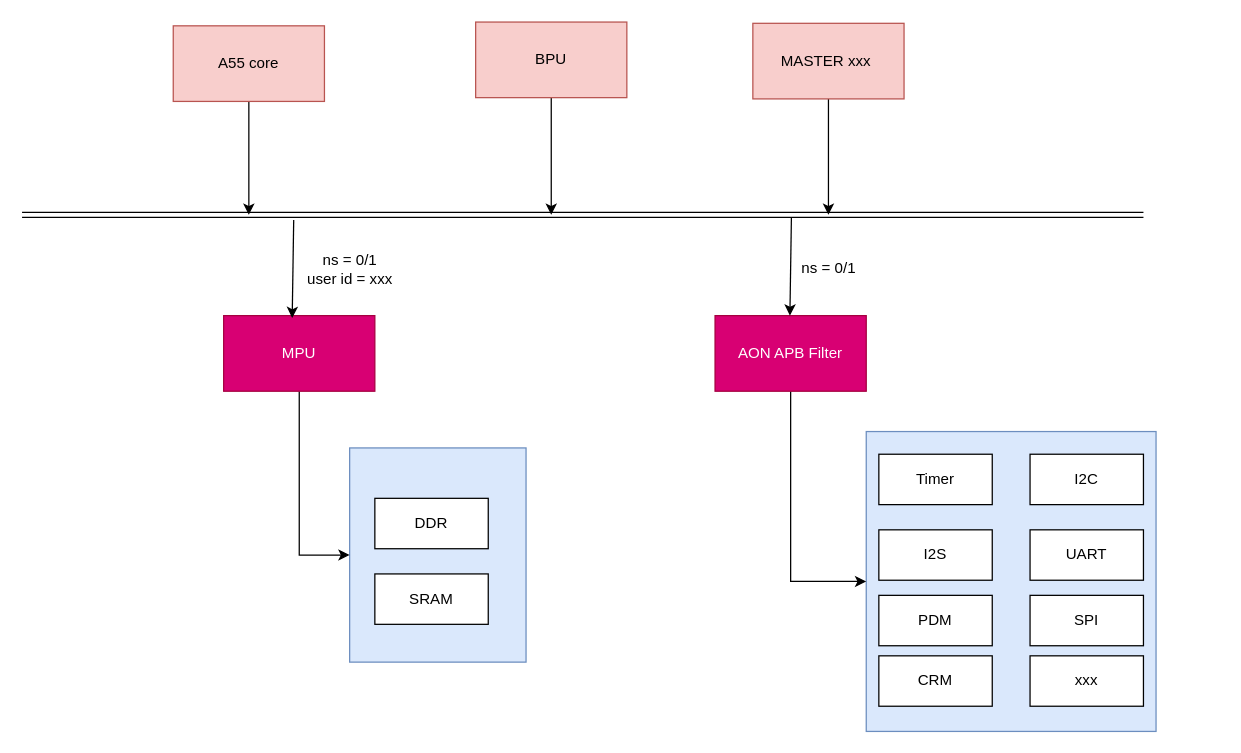
Earlier version of the draw.io diagram page "trustzone" (2 of 3) of x5.drawio (thomas-coding/drawio). Source tidied: cells renumbered, new cells numbered last; positions are measured from the earlier drawing's top-left corner, leaving out a move shared by most shapes. Both pictures are drawn from the tidied source at 126%, with x=0, y=0 at pixel (21, 21).
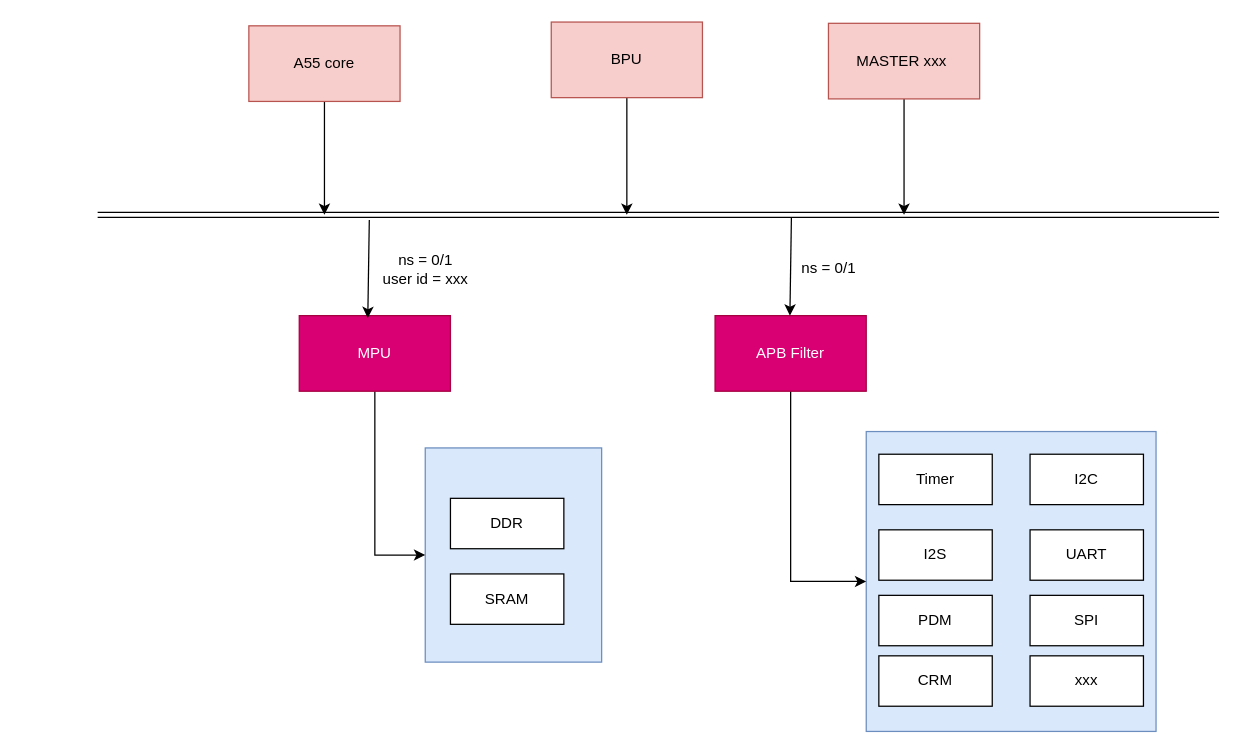
The same page after the edit.

What changed in the source:
```diff
@@
     <mxCell id="3" style="rounded=0;whiteSpace=wrap;html=1;fillColor=#dae8fc;strokeColor=#6c8ebf;" parent="1" vertex="1">
-      <mxGeometry x="260" y="338" width="140" height="170" as="geometry" />
+      <mxGeometry x="320" y="338" width="140" height="170" as="geometry" />
     </mxCell>
     <mxCell id="4" style="edgeStyle=orthogonalEdgeStyle;rounded=0;jettySize=auto;html=1;" parent="1" edge="1" source="5">
       <mxGeometry relative="1" as="geometry">
-        <mxPoint x="180" y="153" as="targetPoint" />
+        <mxPoint x="240" y="153" as="targetPoint" />
       </mxGeometry>
     </mxCell>
     <mxCell id="5" value="A55 core" style="rounded=0;whiteSpace=wrap;html=1;fillColor=#f8cecc;strokeColor=#b85450;" parent="1" vertex="1">
-      <mxGeometry x="120" y="3" width="120" height="60" as="geometry" />
+      <mxGeometry x="180" y="3" width="120" height="60" as="geometry" />
     </mxCell>
     <mxCell id="6" style="edgeStyle=orthogonalEdgeStyle;rounded=0;jettySize=auto;html=1;" parent="1" edge="1" source="7">
       <mxGeometry relative="1" as="geometry">
-        <mxPoint x="420" y="153" as="targetPoint" />
+        <mxPoint x="480" y="153" as="targetPoint" />
       </mxGeometry>
     </mxCell>
     <mxCell id="7" value="BPU" style="rounded=0;whiteSpace=wrap;html=1;fillColor=#f8cecc;strokeColor=#b85450;" parent="1" vertex="1">
-      <mxGeometry x="360" width="120" height="60" as="geometry" />
+      <mxGeometry x="420" width="120" height="60" as="geometry" />
     </mxCell>
     <mxCell id="8" style="edgeStyle=orthogonalEdgeStyle;rounded=0;jettySize=auto;html=1;" parent="1" edge="1" source="9">
       <mxGeometry relative="1" as="geometry">
-        <mxPoint x="640" y="153" as="targetPoint" />
+        <mxPoint x="700" y="153" as="targetPoint" />
       </mxGeometry>
     </mxCell>
     <mxCell id="9" value="MASTER xxx&amp;nbsp;" style="rounded=0;whiteSpace=wrap;html=1;fillColor=#f8cecc;strokeColor=#b85450;" parent="1" vertex="1">
-      <mxGeometry x="580" y="1" width="120" height="60" as="geometry" />
+      <mxGeometry x="640" y="1" width="120" height="60" as="geometry" />
     </mxCell>
@@
     <mxCell id="11" value="MPU" style="rounded=0;whiteSpace=wrap;html=1;fillColor=#d80073;fontColor=#ffffff;strokeColor=#A50040;" parent="1" vertex="1">
-      <mxGeometry x="160" y="233" width="120" height="60" as="geometry" />
+      <mxGeometry x="220" y="233" width="120" height="60" as="geometry" />
     </mxCell>
@@
-    <mxCell id="13" value="AON APB Filter" style="rounded=0;whiteSpace=wrap;html=1;fillColor=#d80073;fontColor=#ffffff;strokeColor=#A50040;" parent="1" vertex="1">
+    <mxCell id="13" value="APB Filter" style="rounded=0;whiteSpace=wrap;html=1;fillColor=#d80073;fontColor=#ffffff;strokeColor=#A50040;" parent="1" vertex="1">
       <mxGeometry x="550" y="233" width="120" height="60" as="geometry" />
     </mxCell>
     <mxCell id="14" style="shape=link;html=1;rounded=0;" parent="1" edge="1">
       <mxGeometry relative="1" as="geometry">
-        <mxPoint y="153" as="sourcePoint" />
-        <mxPoint x="890" y="153" as="targetPoint" />
+        <mxPoint x="60" y="153" as="sourcePoint" />
+        <mxPoint x="950" y="153" as="targetPoint" />
       </mxGeometry>
     </mxCell>
     <mxCell id="15" value="DDR" style="rounded=0;whiteSpace=wrap;html=1;" parent="1" vertex="1">
-      <mxGeometry x="280" y="378" width="90" height="40" as="geometry" />
+      <mxGeometry x="340" y="378" width="90" height="40" as="geometry" />
     </mxCell>
     <mxCell id="16" value="SRAM" style="rounded=0;whiteSpace=wrap;html=1;" parent="1" vertex="1">
-      <mxGeometry x="280" y="438" width="90" height="40" as="geometry" />
+      <mxGeometry x="340" y="438" width="90" height="40" as="geometry" />
     </mxCell>
@@
     <mxCell id="27" style="endArrow=classic;html=1;rounded=0;entryX=0.432;entryY=-0.006;entryDx=0;entryDy=0;entryPerimeter=0;" parent="1" edge="1">
       <mxGeometry relative="1" as="geometry">
-        <mxPoint x="215.6" y="157.1" as="sourcePoint" />
-        <mxPoint x="214.4" y="234.9" as="targetPoint" />
+        <mxPoint x="275.6" y="157.1" as="sourcePoint" />
+        <mxPoint x="274.4" y="234.9" as="targetPoint" />
       </mxGeometry>
     </mxCell>
     <mxCell id="28" value="ns = 0/1&lt;br&gt;user id = xxx" style="text;html=1;align=center;verticalAlign=middle;strokeColor=none;fillColor=none;" parent="1" vertex="1">
-      <mxGeometry x="215" y="176" width="90" height="40" as="geometry" />
+      <mxGeometry x="275" y="176" width="90" height="40" as="geometry" />
     </mxCell>
```
